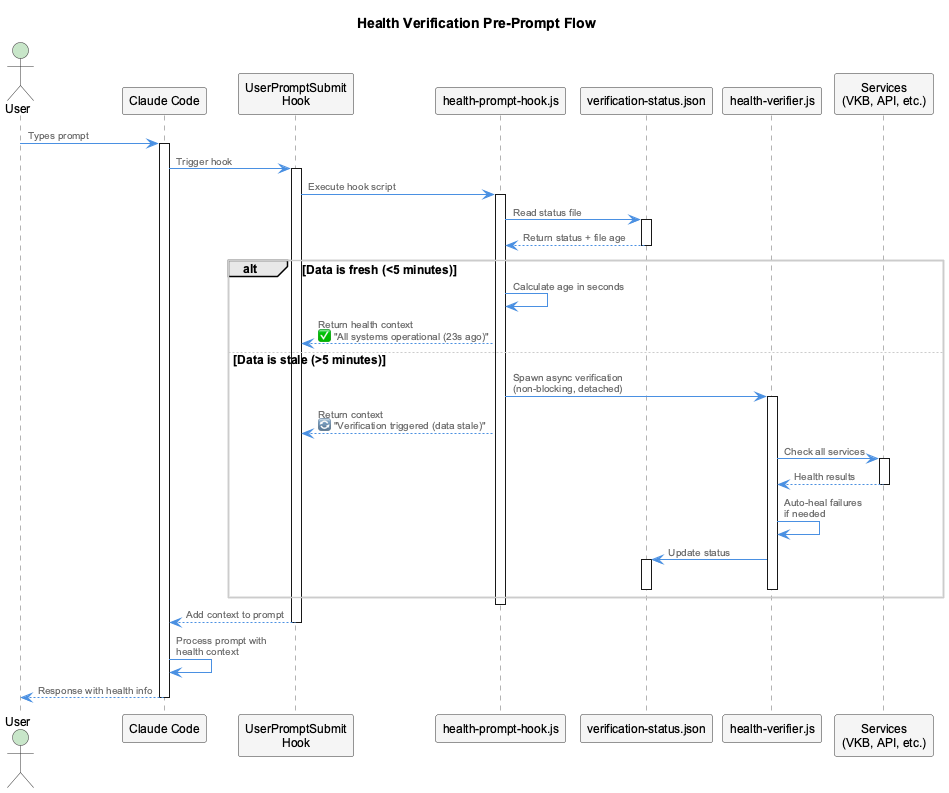
The PlantUML diagram docs-content/images/health-verification-flow.png in fwornle/coding, before a commit. Source of this version:
```plantuml
@startuml
!include _standard-style.puml

title Health Verification Pre-Prompt Flow

actor User
participant "Claude Code" as Claude
participant "UserPromptSubmit\nHook" as Hook
participant "health-prompt-hook.js" as HealthHook
participant "verification-status.json" as StatusFile
participant "health-verifier.js" as Verifier
participant "Services\n(VKB, API, etc.)" as Services

User -> Claude: Types prompt
activate Claude

Claude -> Hook: Trigger hook
activate Hook

Hook -> HealthHook: Execute hook script
activate HealthHook

HealthHook -> StatusFile: Read status file
activate StatusFile
StatusFile --> HealthHook: Return status + file age
deactivate StatusFile

alt Data is fresh (<5 minutes)
    HealthHook -> HealthHook: Calculate age in seconds
    HealthHook --> Hook: Return health context\n✅ "All systems operational (23s ago)"
else Data is stale (>5 minutes)
    HealthHook -> Verifier: Spawn async verification\n(non-blocking, detached)
    activate Verifier
    HealthHook --> Hook: Return context\n🔄 "Verification triggered (data stale)"

    Verifier -> Services: Check all services
    activate Services
    Services --> Verifier: Health results
    deactivate Services

    Verifier -> Verifier: Auto-heal failures\nif needed

    Verifier -> StatusFile: Update status
    activate StatusFile
    deactivate StatusFile
    deactivate Verifier
end

deactivate HealthHook

Hook --> Claude: Add context to prompt
deactivate Hook

Claude -> Claude: Process prompt with\nhealth context
Claude --> User: Response with health info
deactivate Claude

@enduml
```
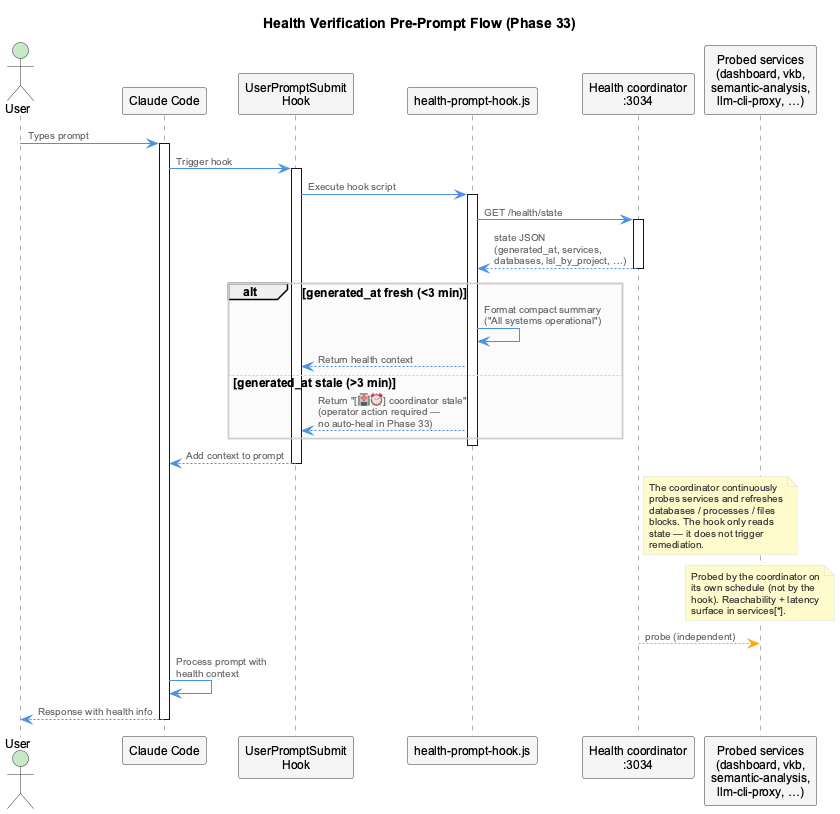
Later version of the same file.

The edit, as a diff of the source:
```diff
@@ -1,15 +1,14 @@
-@startuml
+@startuml health-verification-flow
 !include _standard-style.puml
 
-title Health Verification Pre-Prompt Flow
+title Health Verification Pre-Prompt Flow (Phase 33)
 
 actor User
 participant "Claude Code" as Claude
 participant "UserPromptSubmit\nHook" as Hook
 participant "health-prompt-hook.js" as HealthHook
-participant "verification-status.json" as StatusFile
-participant "health-verifier.js" as Verifier
-participant "Services\n(VKB, API, etc.)" as Services
+participant "Health coordinator\n:3034" as Coord
+participant "Probed services\n(dashboard, vkb,\nsemantic-analysis,\nllm-cli-proxy, …)" as Services
 
 User -> Claude: Types prompt
 activate Claude
@@ -20,30 +19,16 @@
 Hook -> HealthHook: Execute hook script
 activate HealthHook
 
-HealthHook -> StatusFile: Read status file
-activate StatusFile
-StatusFile --> HealthHook: Return status + file age
-deactivate StatusFile
+HealthHook -> Coord: GET /health/state
+activate Coord
+Coord --> HealthHook: state JSON\n(generated_at, services,\ndatabases, lsl_by_project, …)
+deactivate Coord
 
-alt Data is fresh (<5 minutes)
-    HealthHook -> HealthHook: Calculate age in seconds
-    HealthHook --> Hook: Return health context\n✅ "All systems operational (23s ago)"
-else Data is stale (>5 minutes)
-    HealthHook -> Verifier: Spawn async verification\n(non-blocking, detached)
-    activate Verifier
-    HealthHook --> Hook: Return context\n🔄 "Verification triggered (data stale)"
-
-    Verifier -> Services: Check all services
-    activate Services
-    Services --> Verifier: Health results
-    deactivate Services
-
-    Verifier -> Verifier: Auto-heal failures\nif needed
-
-    Verifier -> StatusFile: Update status
-    activate StatusFile
-    deactivate StatusFile
-    deactivate Verifier
+alt generated_at fresh (<3 min)
+    HealthHook -> HealthHook: Format compact summary\n("All systems operational")
+    HealthHook --> Hook: Return health context
+else generated_at stale (>3 min)
+    HealthHook --> Hook: Return "[🏥⏰] coordinator stale"\n(operator action required —\nno auto-heal in Phase 33)
 end
 
 deactivate HealthHook
@@ -51,6 +36,24 @@
 Hook --> Claude: Add context to prompt
 deactivate Hook
 
+note right of Coord
+  The coordinator continuously
+  probes services and refreshes
+  databases / processes / files
+  blocks. The hook only reads
+  state — it does not trigger
+  remediation.
+end note
+
+note over Services
+  Probed by the coordinator on
+  its own schedule (not by the
+  hook). Reachability + latency
+  surface in services[*].
+end note
+
+Coord -[#orange,dashed]-> Services : probe (independent)
+
 Claude -> Claude: Process prompt with\nhealth context
 Claude --> User: Response with health info
 deactivate Claude
```
